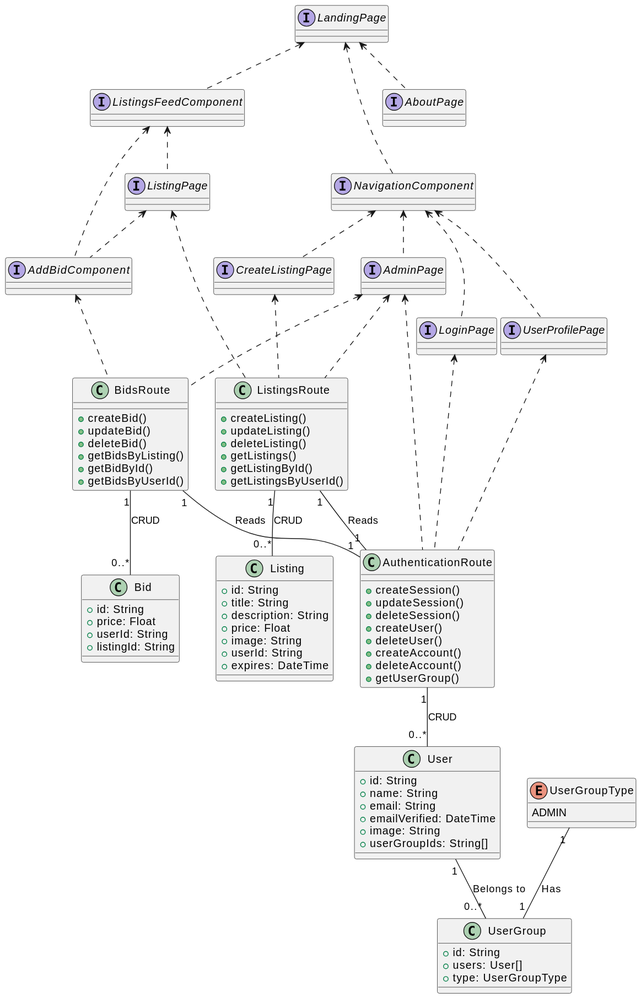
The PlantUML diagram uml/out/ClassDiagram.svg in martinmiglio/CS471-Project, before a commit. Its diagram source:
```plantuml
@startuml
class User {
  +id: String
  +name: String
  +email: String
  +emailVerified: DateTime
  +image: String
  +userGroupIds: String[]
}

class Listing {
  +id: String
  +title: String
  +description: String
  +price: Float
  +image: String
  +userId: String
  +expires: DateTime
}

class Bid {
  +id: String
  +price: Float
  +userId: String
  +listingId: String
}
enum UserGroupType {
  ADMIN
}

class UserGroup {
  +id: String
  +users: User[]
  +type: UserGroupType
}

UserGroupType "1" -- "1" UserGroup : Has
User "1" -- "0..*" UserGroup : Belongs to



class ListingsRoute {
  +createListing()
  +updateListing()
  +deleteListing()
  +getListings()
  +getListingById()
  +getListingsByUserId()
}

class AuthenticationRoute {
  +createSession()
  +updateSession()
  +deleteSession()
  +createUser()
  +deleteUser()
  +createAccount()
  +deleteAccount()
  +getUserGroup()
}

class BidsRoute {
  +createBid()
  +updateBid()
  +deleteBid()
  +getBidsByListing()
  +getBidById()
  +getBidsByUserId()
}

AuthenticationRoute "1" -- "0..*" User : CRUD

ListingsRoute "1" -- "0..*" Listing : CRUD
ListingsRoute "1" -- "1" AuthenticationRoute : Reads

BidsRoute "1" -- "0..*" Bid : CRUD
BidsRoute "1" -- "1" AuthenticationRoute : Reads


interface LandingPage
interface AboutPage
interface LoginPage
interface ListingPage
interface CreateListingPage
interface UserProfilePage
interface AdminPage
interface NavigationComponent
interface ListingsFeedComponent
interface AddBidComponent


LandingPage <.. AboutPage
LandingPage <.. NavigationComponent
LandingPage <.. ListingsFeedComponent

NavigationComponent <.. LoginPage
NavigationComponent <.. CreateListingPage
NavigationComponent <.. UserProfilePage
NavigationComponent <.. AdminPage

ListingsFeedComponent <.. AddBidComponent
ListingsFeedComponent <.. ListingPage

ListingPage <.. AddBidComponent

LoginPage <.. AuthenticationRoute
ListingPage <.. ListingsRoute
CreateListingPage <.. ListingsRoute
UserProfilePage <.. AuthenticationRoute
AdminPage <.. AuthenticationRoute
AdminPage <.. ListingsRoute
AdminPage <.. BidsRoute
AddBidComponent <.. BidsRoute
@enduml
```
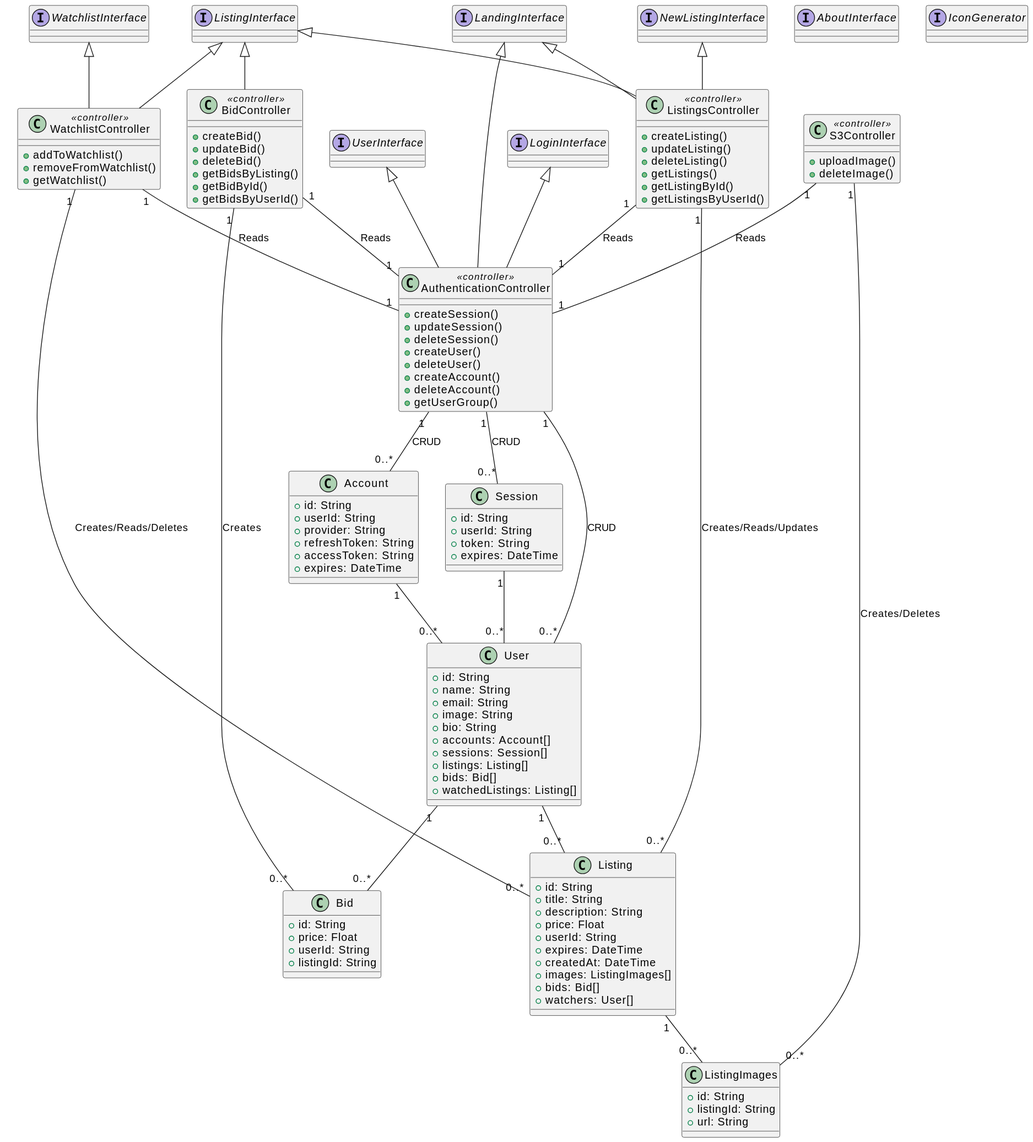
The same file after the commit.

Commit message:
Generated SVG images for PlantUML diagrams

What changed in the source:
```diff
@@ -1,11 +1,32 @@
 @startuml
+
+class Account {
+  +id: String
+  +userId: String
+  +provider: String
+  +refreshToken: String
+  +accessToken: String
+  +expires: DateTime
+}
+
+class Session {
+  +id: String
+  +userId: String
+  +token: String
+  +expires: DateTime
+}
+
 class User {
   +id: String
   +name: String
   +email: String
-  +emailVerified: DateTime
   +image: String
-  +userGroupIds: String[]
+  +bio: String
+  +accounts: Account[]
+  +sessions: Session[]
+  +listings: Listing[]
+  +bids: Bid[]
+  +watchedListings: Listing[]
 }
 
 class Listing {
@@ -13,9 +34,18 @@
   +title: String
   +description: String
   +price: Float
-  +image: String
   +userId: String
   +expires: DateTime
+  +createdAt: DateTime
+  +images: ListingImages[]
+  +bids: Bid[]
+  +watchers: User[]
+}
+
+class ListingImages {
+  +id: String
+  +listingId: String
+  +url: String
 }
 
 class Bid {
@@ -24,22 +54,15 @@
   +userId: String
   +listingId: String
 }
-enum UserGroupType {
-  ADMIN
-}
 
-class UserGroup {
-  +id: String
-  +users: User[]
-  +type: UserGroupType
-}
-
-UserGroupType "1" -- "1" UserGroup : Has
-User "1" -- "0..*" UserGroup : Belongs to
+Account "1" -- "0..*" User
+Session "1" -- "0..*" User
+User "1" -- "0..*" Listing
+User "1" -- "0..*" Bid
+Listing "1" -- "0..*" ListingImages
 
 
-
-class ListingsRoute {
+class ListingsController <<controller>>{
   +createListing()
   +updateListing()
   +deleteListing()
@@ -48,7 +71,13 @@
   +getListingsByUserId()
 }
 
-class AuthenticationRoute {
+class WatchlistController <<controller>>{
+  +addToWatchlist()
+  +removeFromWatchlist()
+  +getWatchlist()
+}
+
+class AuthenticationController <<controller>>{
   +createSession()
   +updateSession()
   +deleteSession()
@@ -59,7 +88,7 @@
   +getUserGroup()
 }
 
-class BidsRoute {
+class BidController <<controller>>{
   +createBid()
   +updateBid()
   +deleteBid()
@@ -68,47 +97,46 @@
   +getBidsByUserId()
 }
 
-AuthenticationRoute "1" -- "0..*" User : CRUD
-
-ListingsRoute "1" -- "0..*" Listing : CRUD
-ListingsRoute "1" -- "1" AuthenticationRoute : Reads
-
-BidsRoute "1" -- "0..*" Bid : CRUD
-BidsRoute "1" -- "1" AuthenticationRoute : Reads
+class S3Controller <<controller>>{
+  +uploadImage()
+  +deleteImage()
+}
 
 
-interface LandingPage
-interface AboutPage
-interface LoginPage
-interface ListingPage
-interface CreateListingPage
-interface UserProfilePage
-interface AdminPage
-interface NavigationComponent
-interface ListingsFeedComponent
-interface AddBidComponent
+AuthenticationController "1" -- "0..*" User : CRUD
+AuthenticationController "1" -- "0..*" Account : CRUD
+AuthenticationController "1" -- "0..*" Session : CRUD
+
+ListingsController "1" -- "0..*" Listing : Creates/Reads/Updates
+ListingsController "1" -- "1" AuthenticationController : Reads
+
+WatchlistController "1" -- "0..*" Listing : Creates/Reads/Deletes
+WatchlistController "1" -- "1" AuthenticationController : Reads
+
+S3Controller "1" -- "0..*" ListingImages : Creates/Deletes
+S3Controller "1" -- "1" AuthenticationController : Reads
+
+BidController "1" -- "0..*" Bid : Creates
+BidController "1" -- "1" AuthenticationController : Reads
 
 
-LandingPage <.. AboutPage
-LandingPage <.. NavigationComponent
-LandingPage <.. ListingsFeedComponent
+interface UserInterface
+interface ListingInterface
+interface NewListingInterface
+interface LoginInterface
+interface WatchlistInterface
+interface AboutInterface
+interface LandingInterface
+interface IconGenerator
 
-NavigationComponent <.. LoginPage
-NavigationComponent <.. CreateListingPage
-NavigationComponent <.. UserProfilePage
-NavigationComponent <.. AdminPage
 
-ListingsFeedComponent <.. AddBidComponent
-ListingsFeedComponent <.. ListingPage
-
-ListingPage <.. AddBidComponent
-
-LoginPage <.. AuthenticationRoute
-ListingPage <.. ListingsRoute
-CreateListingPage <.. ListingsRoute
-UserProfilePage <.. AuthenticationRoute
-AdminPage <.. AuthenticationRoute
-AdminPage <.. ListingsRoute
-AdminPage <.. BidsRoute
-AddBidComponent <.. BidsRoute
+UserInterface <|-- AuthenticationController
+NewListingInterface <|-- ListingsController
+LoginInterface <|-- AuthenticationController
+WatchlistInterface <|-- WatchlistController
+LandingInterface <|-- AuthenticationController
+LandingInterface <|-- ListingsController
+ListingInterface <|-- ListingsController
+ListingInterface <|-- WatchlistController
+ListingInterface <|-- BidController
 @enduml
```
